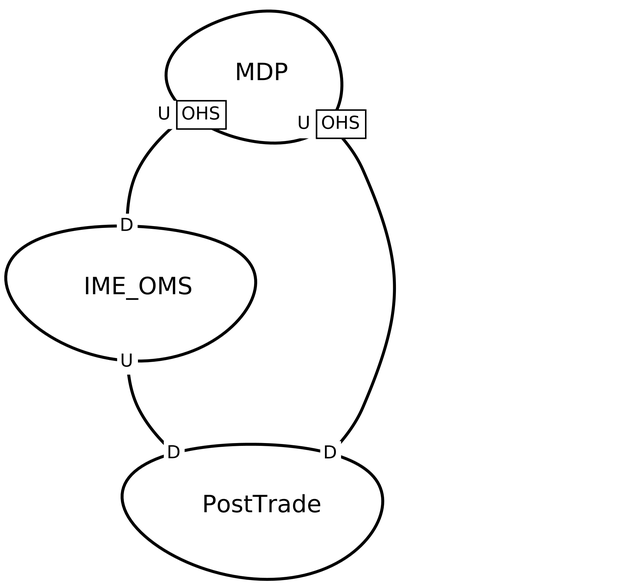
The Graphviz diagram src-gen/Ime_ContextMap.png in AmirBorzoei/ime-context-map, before a commit. Its source is kept beside it as src-gen/Ime_ContextMap.gv. Its diagram source:
```dot
digraph "ContextMapGraph" {
graph ["imagepath"="/tmp/GraphvizJava"]
"IME_OMS" ["margin"="0.3","orientation"="36","shape"="egg","fontsize"="16","style"="bold","label"="IME_OMS\n","fontname"="sans-serif"]
"PostTrade" ["margin"="0.3","orientation"="107","shape"="egg","fontsize"="16","style"="bold","label"="PostTrade\n","fontname"="sans-serif"]
"MDP" ["margin"="0.3","orientation"="33","shape"="egg","fontsize"="16","style"="bold","label"="MDP\n","fontname"="sans-serif"]
"IME_OMS" -> "PostTrade" ["headlabel"=<<table cellspacing="0" cellborder="0" border="0">
<tr><td bgcolor="white">D</td></tr>
</table>>,"labeldistance"="0","fontsize"="12","taillabel"=<<table cellspacing="0" cellborder="0" border="0">
<tr><td bgcolor="white">U</td></tr>
</table>>,"style"="bold","label"="                                        ","dir"="none","fontname"="sans-serif"]
"MDP" -> "IME_OMS" ["headlabel"=<<table cellspacing="0" cellborder="0" border="0">
<tr><td bgcolor="white">D</td></tr>
</table>>,"labeldistance"="0","fontsize"="12","taillabel"=<<table cellspacing="0" cellborder="1" border="0">
<tr><td bgcolor="white" sides="r">U</td><td sides="trbl" bgcolor="white"><font>OHS</font></td></tr>
</table>>,"style"="bold","label"="                                        ","dir"="none","fontname"="sans-serif"]
"MDP" -> "PostTrade" ["headlabel"=<<table cellspacing="0" cellborder="0" border="0">
<tr><td bgcolor="white">D</td></tr>
</table>>,"labeldistance"="0","fontsize"="12","taillabel"=<<table cellspacing="0" cellborder="1" border="0">
<tr><td bgcolor="white" sides="r">U</td><td sides="trbl" bgcolor="white"><font>OHS</font></td></tr>
</table>>,"style"="bold","label"="                                        ","dir"="none","fontname"="sans-serif"]
}
```
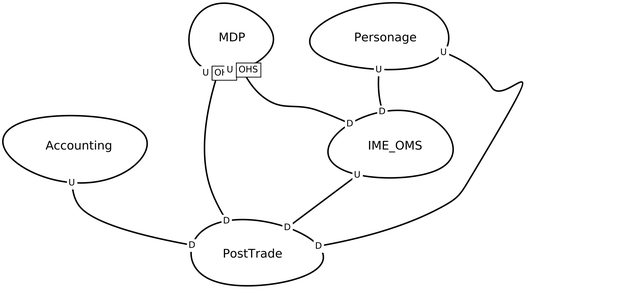
Later version of the same file.

Commit message:
Add Personage and Accounting BC

Change to the diagram source:
```diff
@@ -1,21 +1,38 @@
 digraph "ContextMapGraph" {
 graph ["imagepath"="/tmp/GraphvizJava"]
-"IME_OMS" ["margin"="0.3","orientation"="36","shape"="egg","fontsize"="16","style"="bold","label"="IME_OMS\n","fontname"="sans-serif"]
-"PostTrade" ["margin"="0.3","orientation"="107","shape"="egg","fontsize"="16","style"="bold","label"="PostTrade\n","fontname"="sans-serif"]
-"MDP" ["margin"="0.3","orientation"="33","shape"="egg","fontsize"="16","style"="bold","label"="MDP\n","fontname"="sans-serif"]
+"Accounting" ["margin"="0.3","orientation"="177","shape"="egg","fontsize"="16","style"="bold","label"="Accounting\n","fontname"="sans-serif"]
+"PostTrade" ["margin"="0.3","orientation"="56","shape"="egg","fontsize"="16","style"="bold","label"="PostTrade\n","fontname"="sans-serif"]
+"IME_OMS" ["margin"="0.3","orientation"="254","shape"="egg","fontsize"="16","style"="bold","label"="IME_OMS\n","fontname"="sans-serif"]
+"MDP" ["margin"="0.3","orientation"="134","shape"="egg","fontsize"="16","style"="bold","label"="MDP\n","fontname"="sans-serif"]
+"Personage" ["margin"="0.3","orientation"="242","shape"="egg","fontsize"="16","style"="bold","label"="Personage\n","fontname"="sans-serif"]
+"Accounting" -> "PostTrade" ["headlabel"=<<table cellspacing="0" cellborder="0" border="0">
+<tr><td bgcolor="white">D</td></tr>
+</table>>,"labeldistance"="0","fontsize"="12","taillabel"=<<table cellspacing="0" cellborder="0" border="0">
+<tr><td bgcolor="white">U</td></tr>
+</table>>,"style"="bold","label"="                                        ","dir"="none","fontname"="sans-serif"]
 "IME_OMS" -> "PostTrade" ["headlabel"=<<table cellspacing="0" cellborder="0" border="0">
 <tr><td bgcolor="white">D</td></tr>
 </table>>,"labeldistance"="0","fontsize"="12","taillabel"=<<table cellspacing="0" cellborder="0" border="0">
 <tr><td bgcolor="white">U</td></tr>
+</table>>,"style"="bold","label"="                                        ","dir"="none","fontname"="sans-serif"]
+"MDP" -> "PostTrade" ["headlabel"=<<table cellspacing="0" cellborder="0" border="0">
+<tr><td bgcolor="white">D</td></tr>
+</table>>,"labeldistance"="0","fontsize"="12","taillabel"=<<table cellspacing="0" cellborder="1" border="0">
+<tr><td bgcolor="white" sides="r">U</td><td sides="trbl" bgcolor="white"><font>OHS</font></td></tr>
 </table>>,"style"="bold","label"="                                        ","dir"="none","fontname"="sans-serif"]
 "MDP" -> "IME_OMS" ["headlabel"=<<table cellspacing="0" cellborder="0" border="0">
 <tr><td bgcolor="white">D</td></tr>
 </table>>,"labeldistance"="0","fontsize"="12","taillabel"=<<table cellspacing="0" cellborder="1" border="0">
 <tr><td bgcolor="white" sides="r">U</td><td sides="trbl" bgcolor="white"><font>OHS</font></td></tr>
 </table>>,"style"="bold","label"="                                        ","dir"="none","fontname"="sans-serif"]
-"MDP" -> "PostTrade" ["headlabel"=<<table cellspacing="0" cellborder="0" border="0">
+"Personage" -> "PostTrade" ["headlabel"=<<table cellspacing="0" cellborder="0" border="0">
 <tr><td bgcolor="white">D</td></tr>
-</table>>,"labeldistance"="0","fontsize"="12","taillabel"=<<table cellspacing="0" cellborder="1" border="0">
-<tr><td bgcolor="white" sides="r">U</td><td sides="trbl" bgcolor="white"><font>OHS</font></td></tr>
+</table>>,"labeldistance"="0","fontsize"="12","taillabel"=<<table cellspacing="0" cellborder="0" border="0">
+<tr><td bgcolor="white">U</td></tr>
+</table>>,"style"="bold","label"="                                        ","dir"="none","fontname"="sans-serif"]
+"Personage" -> "IME_OMS" ["headlabel"=<<table cellspacing="0" cellborder="0" border="0">
+<tr><td bgcolor="white">D</td></tr>
+</table>>,"labeldistance"="0","fontsize"="12","taillabel"=<<table cellspacing="0" cellborder="0" border="0">
+<tr><td bgcolor="white">U</td></tr>
 </table>>,"style"="bold","label"="                                        ","dir"="none","fontname"="sans-serif"]
 }
```
